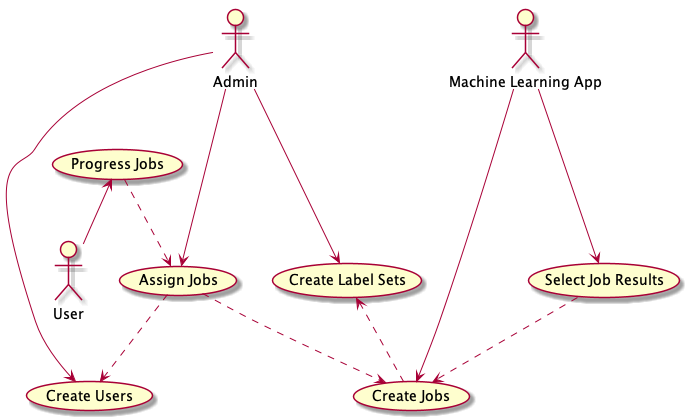
The PlantUML diagram doc/plantuml/use_cases.png in BigNerd/dblit, before a commit.
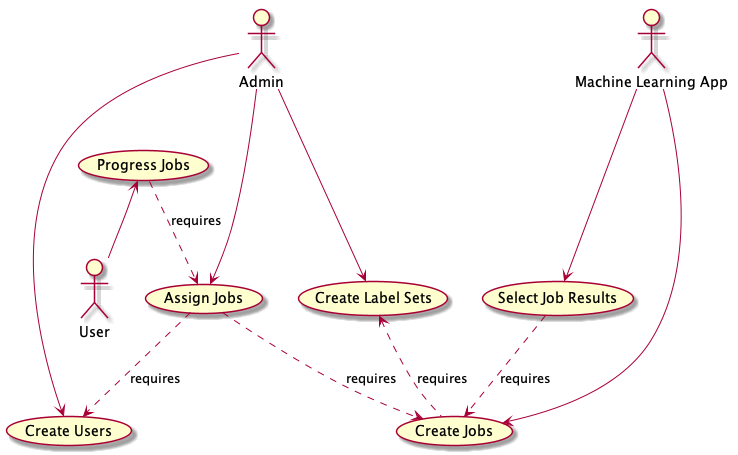
After the change.

Commit message:
Annotate use case dependency relationships

Change to the diagram source:
```diff
@@ -13,11 +13,11 @@
 (Progress Jobs) as (progress_jobs)
 (Select Job Results) as (select_job_results)
 
-(create_jobs) .up.> (create_label_sets)
-(assign_jobs) ..> (create_users)
-(assign_jobs) ..> (create_jobs)
-(progress_jobs) ..> (assign_jobs)
-(select_job_results) ..> (create_jobs)
+(create_jobs) .up.> (create_label_sets) : requires
+(assign_jobs) ..> (create_users) : requires
+(assign_jobs) ..> (create_jobs) : requires
+(progress_jobs) ..> (assign_jobs) : requires
+(select_job_results) ..> (create_jobs) : requires
 
 
 Admin ---> (create_users)
```
